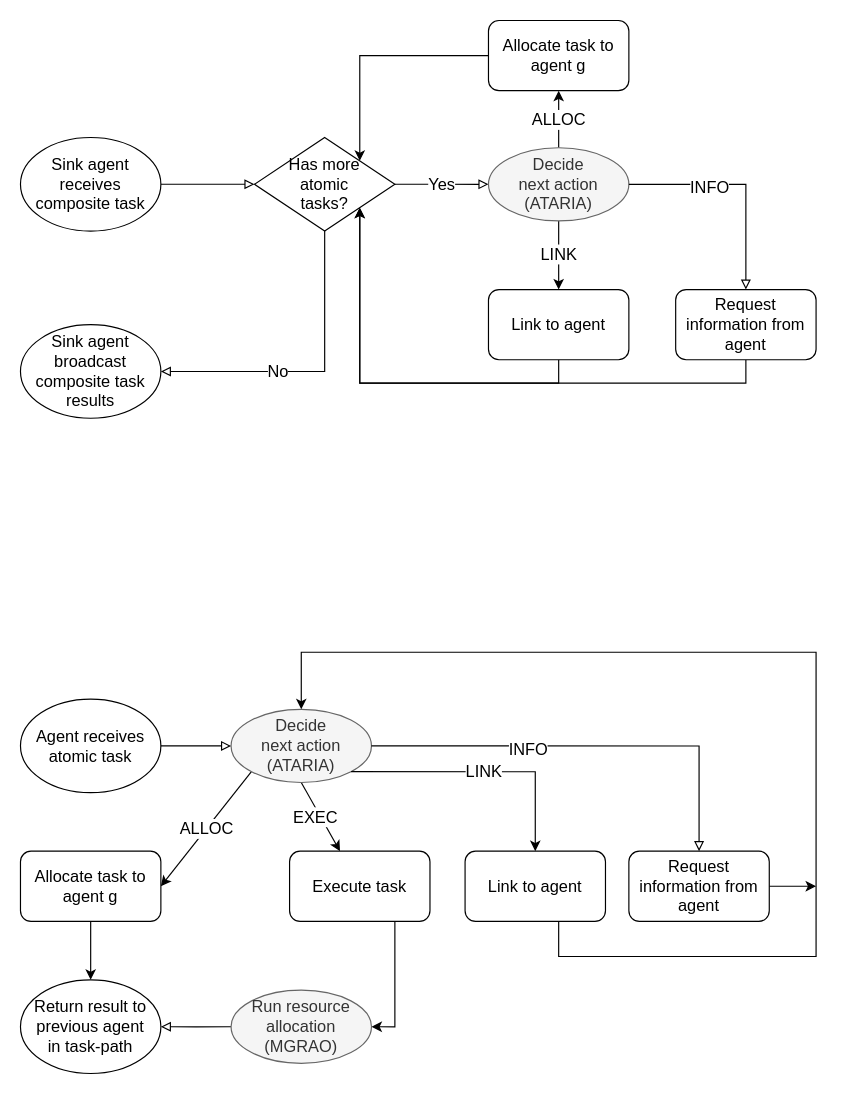
The draw.io diagram source/algorithm-flow.drawio in sevenmachines/els_energy_optimisation_and_adaptive_coverage_in_wsn_systems, before the edit. Source tidied: cells renumbered, new cells numbered last; positions are measured from the earlier drawing's top-left corner, leaving out a move shared by most shapes. Both pictures are drawn from the tidied source at 117%, with x=0, y=0 at pixel (20, 20).
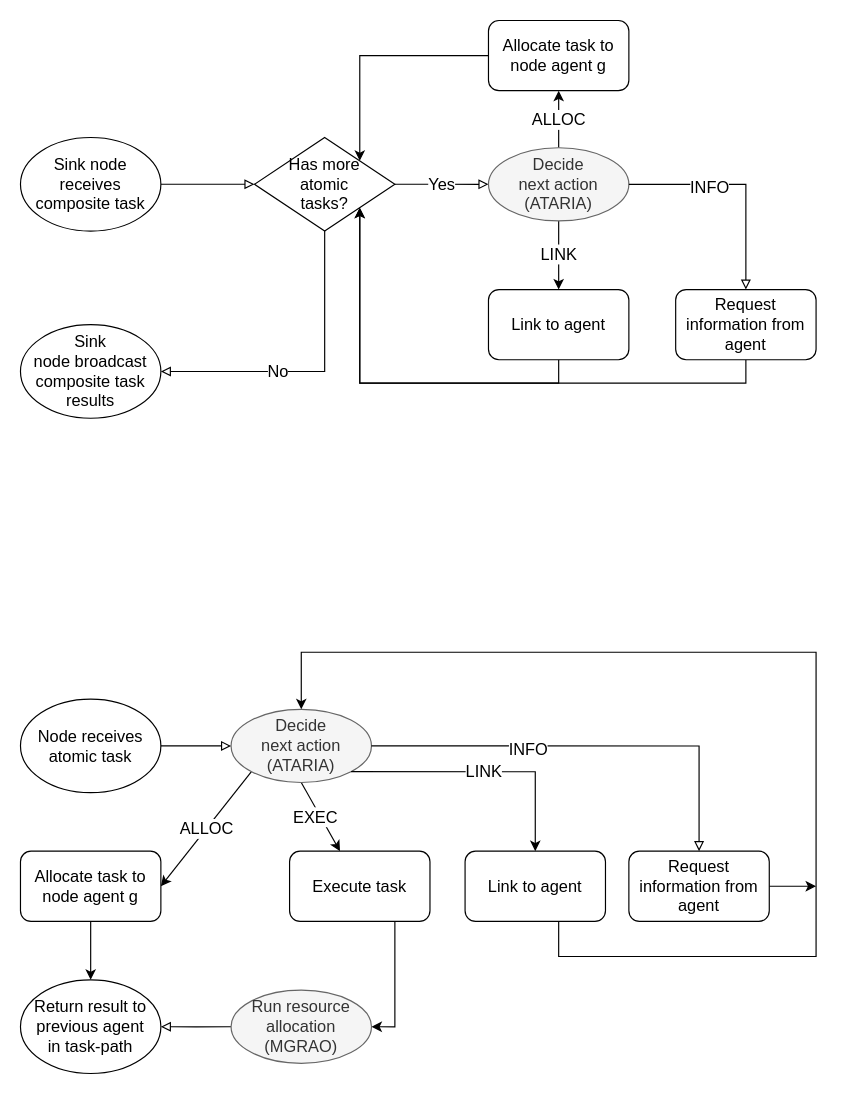
The same diagram, later.

Commit message (it also covers changes not shown here):
Section 4 diagram updates and algorithm specification

What changed in the source:
```diff
@@
-    <mxCell id="3" value="Sink agent receives composite task" style="ellipse;whiteSpace=wrap;html=1;fontSize=14;" parent="1" vertex="1">
+    <mxCell id="3" value="Sink node receives composite task" style="ellipse;whiteSpace=wrap;html=1;fontSize=14;" parent="1" vertex="1">
       <mxGeometry y="100" width="120" height="80" as="geometry" />
     </mxCell>
@@
-    <mxCell id="10" value="Sink agent broadcast composite task results" style="ellipse;whiteSpace=wrap;html=1;fontSize=14;" parent="1" vertex="1">
+    <mxCell id="10" value="Sink node&amp;nbsp;broadcast composite task results" style="ellipse;whiteSpace=wrap;html=1;fontSize=14;" parent="1" vertex="1">
       <mxGeometry y="260" width="120" height="80" as="geometry" />
     </mxCell>
-    <mxCell id="11" value="Agent receives atomic task" style="ellipse;whiteSpace=wrap;html=1;fontSize=14;" parent="1" vertex="1">
+    <mxCell id="11" value="Node&amp;nbsp;receives atomic task" style="ellipse;whiteSpace=wrap;html=1;fontSize=14;" parent="1" vertex="1">
       <mxGeometry y="580" width="120" height="80" as="geometry" />
     </mxCell>
@@
-    <mxCell id="21" value="Allocate task to&lt;br style=&quot;font-size: 14px;&quot;&gt;agent g" style="rounded=1;whiteSpace=wrap;html=1;fontSize=14;" parent="1" vertex="1">
+    <mxCell id="21" value="Allocate task to&lt;br style=&quot;font-size: 14px&quot;&gt;node&amp;nbsp;agent g" style="rounded=1;whiteSpace=wrap;html=1;fontSize=14;" parent="1" vertex="1">
       <mxGeometry y="710" width="120" height="60" as="geometry" />
     </mxCell>
@@
-    <mxCell id="29" value="Allocate task to&lt;br style=&quot;font-size: 14px;&quot;&gt;agent g" style="rounded=1;whiteSpace=wrap;html=1;fontSize=14;" parent="1" vertex="1">
+    <mxCell id="29" value="Allocate task to&lt;br style=&quot;font-size: 14px&quot;&gt;node&amp;nbsp;agent g" style="rounded=1;whiteSpace=wrap;html=1;fontSize=14;" parent="1" vertex="1">
       <mxGeometry x="400" width="120" height="60" as="geometry" />
     </mxCell>
```
